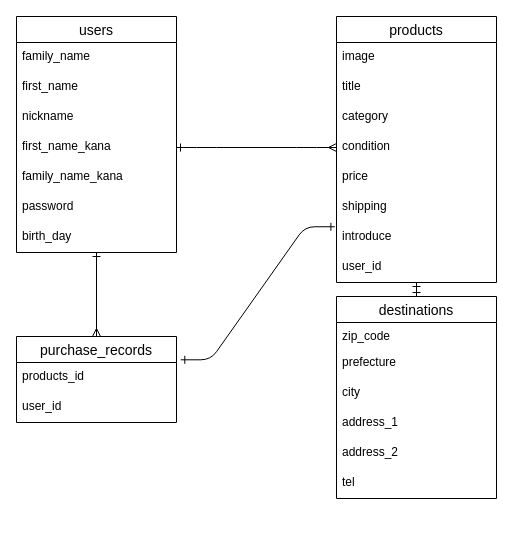
jukayamashita/furima-38494 keeps this draw.io diagram as page "ページ1" (1 of 2) of test.dio. Above is the earlier version. Source tidied: cells renumbered, new cells numbered last; positions are measured from the earlier drawing's top-left corner, leaving out a move shared by most shapes. Both pictures are drawn from the tidied source at 100%, with x=0, y=0 at pixel (16, 16).
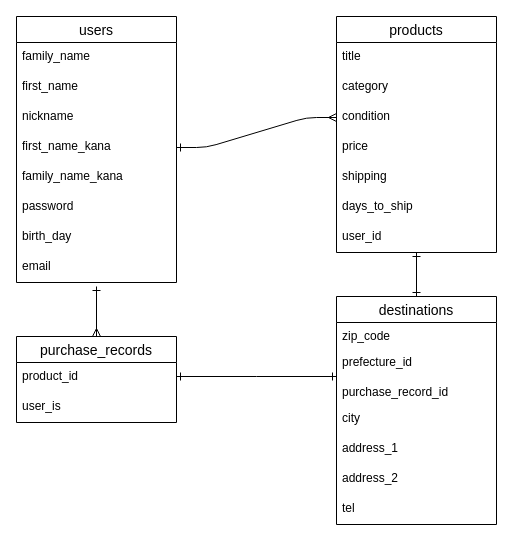
The same diagram, later.

Unchanged cells that the change refers to:
```xml
<mxCell id="9" value="birth_day" style="text;strokeColor=none;fillColor=none;spacingLeft=4;spacingRight=4;overflow=hidden;points=[[0,0.5],[1,0.5]];portConstraint=eastwest;fontSize=12;" parent="2" vertex="1">
  <mxGeometry y="206" width="160" height="30" as="geometry" />
</mxCell>
<mxCell id="28" value="purchase_records" style="swimlane;fontStyle=0;horizontal=1;startSize=26;align=center;fontSize=14;" parent="1" vertex="1">
  <mxGeometry y="320" width="160" height="86" as="geometry" />
</mxCell>
```

The edit, as a diff of the source:
```diff
@@
     <mxCell id="2" value="users" style="swimlane;fontStyle=0;horizontal=1;startSize=26;align=center;fontSize=14;" parent="1" vertex="1">
-      <mxGeometry width="160" height="236" as="geometry" />
+      <mxGeometry width="160" height="266" as="geometry" />
     </mxCell>
@@
+    <mxCell id="33" value="email" style="text;strokeColor=none;fillColor=none;spacingLeft=4;spacingRight=4;overflow=hidden;fontSize=12;" parent="2" vertex="1">
+      <mxGeometry y="236" width="160" height="30" as="geometry" />
+    </mxCell>
@@
     <mxCell id="11" value="products" style="swimlane;fontStyle=0;horizontal=1;startSize=26;align=center;fontSize=14;" parent="1" vertex="1">
-      <mxGeometry x="320" width="160" height="266" as="geometry" />
+      <mxGeometry x="320" width="160" height="236" as="geometry" />
     </mxCell>
-    <mxCell id="12" value="image" style="text;strokeColor=none;fillColor=none;spacingLeft=4;spacingRight=4;overflow=hidden;fontSize=12;" parent="11" vertex="1">
-      <mxGeometry y="26" width="160" height="30" as="geometry" />
-    </mxCell>
     <mxCell id="13" value="title" style="text;strokeColor=none;fillColor=none;spacingLeft=4;spacingRight=4;overflow=hidden;fontSize=12;" parent="11" vertex="1">
-      <mxGeometry y="56" width="160" height="30" as="geometry" />
+      <mxGeometry y="26" width="160" height="30" as="geometry" />
     </mxCell>
     <mxCell id="14" value="category" style="text;strokeColor=none;fillColor=none;spacingLeft=4;spacingRight=4;overflow=hidden;fontSize=12;" parent="11" vertex="1">
-      <mxGeometry y="86" width="160" height="30" as="geometry" />
+      <mxGeometry y="56" width="160" height="30" as="geometry" />
     </mxCell>
     <mxCell id="15" value="condition" style="text;strokeColor=none;fillColor=none;spacingLeft=4;spacingRight=4;overflow=hidden;points=[[0,0.5],[1,0.5]];portConstraint=eastwest;fontSize=12;" parent="11" vertex="1">
-      <mxGeometry y="116" width="160" height="30" as="geometry" />
+      <mxGeometry y="86" width="160" height="30" as="geometry" />
     </mxCell>
     <mxCell id="16" value="price" style="text;strokeColor=none;fillColor=none;spacingLeft=4;spacingRight=4;overflow=hidden;fontSize=12;" parent="11" vertex="1">
-      <mxGeometry y="146" width="160" height="30" as="geometry" />
+      <mxGeometry y="116" width="160" height="30" as="geometry" />
     </mxCell>
     <mxCell id="17" value="shipping" style="text;strokeColor=none;fillColor=none;spacingLeft=4;spacingRight=4;overflow=hidden;fontSize=12;" parent="11" vertex="1">
-      <mxGeometry y="176" width="160" height="30" as="geometry" />
+      <mxGeometry y="146" width="160" height="30" as="geometry" />
     </mxCell>
-    <mxCell id="18" value="introduce" style="text;strokeColor=none;fillColor=none;spacingLeft=4;spacingRight=4;overflow=hidden;points=[[0,0.5],[1,0.5]];portConstraint=eastwest;fontSize=12;" parent="11" vertex="1">
-      <mxGeometry y="206" width="160" height="30" as="geometry" />
+    <mxCell id="18" value="days_to_ship" style="text;strokeColor=none;fillColor=none;spacingLeft=4;spacingRight=4;overflow=hidden;points=[[0,0.5],[1,0.5]];portConstraint=eastwest;fontSize=12;" parent="11" vertex="1">
+      <mxGeometry y="176" width="160" height="30" as="geometry" />
     </mxCell>
     <mxCell id="19" value="user_id" style="text;strokeColor=none;fillColor=none;spacingLeft=4;spacingRight=4;overflow=hidden;fontSize=12;" parent="11" vertex="1">
-      <mxGeometry y="236" width="160" height="30" as="geometry" />
+      <mxGeometry y="206" width="160" height="30" as="geometry" />
     </mxCell>
     <mxCell id="20" value="destinations" style="swimlane;fontStyle=0;horizontal=1;startSize=26;align=center;fontSize=14;" parent="1" vertex="1">
-      <mxGeometry x="320" y="280" width="160" height="202" as="geometry" />
+      <mxGeometry x="320" y="280" width="160" height="228" as="geometry" />
     </mxCell>
@@
-    <mxCell id="22" value="prefecture" style="text;strokeColor=none;fillColor=none;spacingLeft=4;spacingRight=4;overflow=hidden;fontSize=12;" parent="20" vertex="1">
+    <mxCell id="22" value="prefecture_id" style="text;strokeColor=none;fillColor=none;spacingLeft=4;spacingRight=4;overflow=hidden;fontSize=12;" parent="20" vertex="1">
       <mxGeometry y="52" width="160" height="30" as="geometry" />
     </mxCell>
+    <mxCell id="34" value="purchase_record_id" style="text;strokeColor=none;fillColor=none;spacingLeft=4;spacingRight=4;overflow=hidden;fontSize=12;" parent="20" vertex="1">
+      <mxGeometry y="82" width="160" height="26" as="geometry" />
+    </mxCell>
     <mxCell id="23" value="city" style="text;strokeColor=none;fillColor=none;spacingLeft=4;spacingRight=4;overflow=hidden;fontSize=12;" parent="20" vertex="1">
-      <mxGeometry y="82" width="160" height="30" as="geometry" />
+      <mxGeometry y="108" width="160" height="30" as="geometry" />
     </mxCell>
     <mxCell id="24" value="address_1" style="text;strokeColor=none;fillColor=none;spacingLeft=4;spacingRight=4;overflow=hidden;fontSize=12;" parent="20" vertex="1">
-      <mxGeometry y="112" width="160" height="30" as="geometry" />
+      <mxGeometry y="138" width="160" height="30" as="geometry" />
     </mxCell>
     <mxCell id="25" value="address_2" style="text;strokeColor=none;fillColor=none;spacingLeft=4;spacingRight=4;overflow=hidden;fontSize=12;" parent="20" vertex="1">
-      <mxGeometry y="142" width="160" height="30" as="geometry" />
+      <mxGeometry y="168" width="160" height="30" as="geometry" />
     </mxCell>
     <mxCell id="26" value="tel" style="text;strokeColor=none;fillColor=none;spacingLeft=4;spacingRight=4;overflow=hidden;fontSize=12;" parent="20" vertex="1">
-      <mxGeometry y="172" width="160" height="30" as="geometry" />
+      <mxGeometry y="198" width="160" height="30" as="geometry" />
     </mxCell>
-    <mxCell id="27" style="edgeStyle=none;html=1;startArrow=ERmany;startFill=0;endArrow=ERone;endFill=0;" parent="1" edge="1" source="28" target="9">
-      <mxGeometry relative="1" as="geometry" />
+    <mxCell id="27" style="edgeStyle=none;html=1;startArrow=ERmany;startFill=0;endArrow=ERone;endFill=0;" parent="1" edge="1" source="28">
+      <mxGeometry relative="1" as="geometry">
+        <mxPoint x="80" y="270" as="targetPoint" />
+      </mxGeometry>
     </mxCell>
@@
-    <mxCell id="29" value="products_id" style="text;strokeColor=none;fillColor=none;spacingLeft=4;spacingRight=4;overflow=hidden;fontSize=12;" parent="28" vertex="1">
+    <mxCell id="29" value="product_id" style="text;strokeColor=none;fillColor=none;spacingLeft=4;spacingRight=4;overflow=hidden;fontSize=12;" parent="28" vertex="1">
       <mxGeometry y="26" width="160" height="30" as="geometry" />
     </mxCell>
-    <mxCell id="30" value="user_id" style="text;strokeColor=none;fillColor=none;spacingLeft=4;spacingRight=4;overflow=hidden;fontSize=12;" parent="28" vertex="1">
+    <mxCell id="30" value="user_is" style="text;strokeColor=none;fillColor=none;spacingLeft=4;spacingRight=4;overflow=hidden;fontSize=12;" parent="28" vertex="1">
       <mxGeometry y="56" width="160" height="30" as="geometry" />
     </mxCell>
@@
-    <mxCell id="32" style="edgeStyle=entityRelationEdgeStyle;fontSize=12;html=1;endArrow=ERone;endFill=1;exitX=1.027;exitY=0.242;exitDx=0;exitDy=0;exitPerimeter=0;entryX=-0.01;entryY=0.142;entryDx=0;entryDy=0;entryPerimeter=0;startArrow=ERone;startFill=0;" parent="1" edge="1" target="18">
-      <mxGeometry relative="1" as="geometry">
-        <mxPoint x="164.3" y="343.3" as="sourcePoint" />
-      </mxGeometry>
-    </mxCell>
+    <mxCell id="35" style="endArrow=ERone;html=1;rounded=0;strokeColor=default;endFill=0;startArrow=ERone;startFill=0;" parent="1" edge="1">
+      <mxGeometry relative="1" as="geometry">
+        <mxPoint x="160" y="360" as="sourcePoint" />
+        <mxPoint x="320" y="360" as="targetPoint" />
+        <Array as="points">
+          <mxPoint x="240" y="360" />
+        </Array>
+      </mxGeometry>
+    </mxCell>
```
